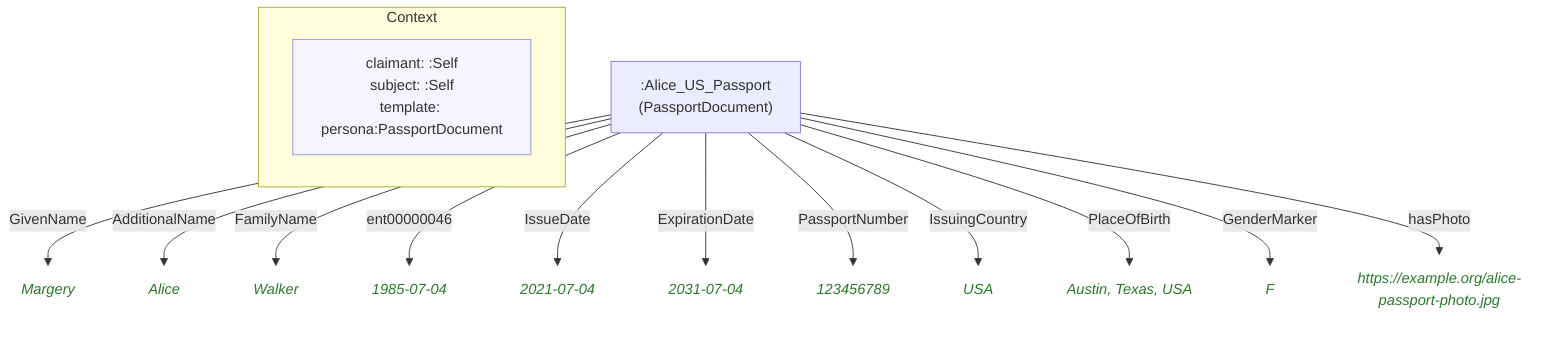
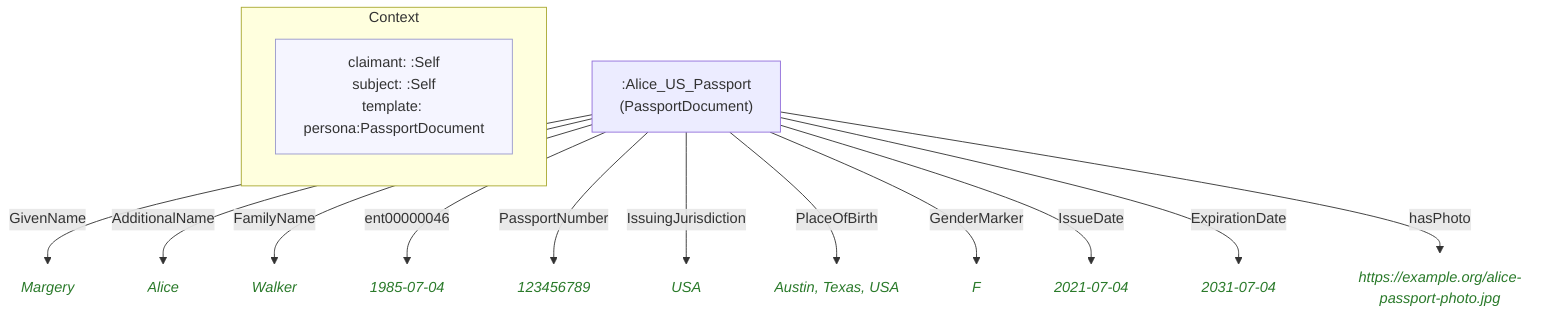
flowchart TD
    classDef person fill:#fffacd,stroke:#aaa,color:#333
    classDef grp    fill:#d4edda,stroke:#aaa,color:#333
    classDef org    fill:#cce5ff,stroke:#aaa,color:#333
    classDef lit    fill:none,stroke:none,font-style:italic,color:#2a7a2a
    classDef meta   fill:#f5f5ff,stroke:#9999cc,color:#333

    subgraph ctx["Context"]
        direction LR
        ctx_meta["claimant: :Self\nsubject: :Self\ntemplate: persona:PassportDocument"]:::meta
    end

    n1e9b86ff4c78[":Alice_US_Passport\n(PassportDocument)"]
-     n30aae823ef34("Margery"):::lit
-     nbf64eab3fd4b("Alice"):::lit
-     n36a85e284742("Walker"):::lit
-     n8fc62d2cdee7("1985-07-04"):::lit
-     n244d4481f973("2021-07-04"):::lit
-     na7702ce4d8fa("2031-07-04"):::lit
-     nb63042fe5205("123456789"):::lit
-     n452224b979b1("USA"):::lit
-     n93bda03f568a("Austin, Texas, USA"):::lit
-     n5118b3106f09("F"):::lit
+     ndeddd4d53475("Margery"):::lit
+     n08975caabf52("Alice"):::lit
+     n3ec05ef671e8("Walker"):::lit
+     n06a48f04ffa6("1985-07-04"):::lit
+     n0cf753653454("123456789"):::lit
+     n47a88ed3e1dc("USA"):::lit
+     n7fa866f36ec4("Austin, Texas, USA"):::lit
+     n19f9cb36427c("F"):::lit
+     n757870e9c43f("2021-07-04"):::lit
+     n5890527a0a45("2031-07-04"):::lit
    n0b3af7b5a715("https://example.org/alice-passport-photo.jpg"):::lit

-     n1e9b86ff4c78 -->|"GivenName"| n30aae823ef34
-     n1e9b86ff4c78 -->|"AdditionalName"| nbf64eab3fd4b
-     n1e9b86ff4c78 -->|"FamilyName"| n36a85e284742
-     n1e9b86ff4c78 -->|"ent00000046"| n8fc62d2cdee7
-     n1e9b86ff4c78 -->|"IssueDate"| n244d4481f973
-     n1e9b86ff4c78 -->|"ExpirationDate"| na7702ce4d8fa
-     n1e9b86ff4c78 -->|"PassportNumber"| nb63042fe5205
-     n1e9b86ff4c78 -->|"IssuingCountry"| n452224b979b1
-     n1e9b86ff4c78 -->|"PlaceOfBirth"| n93bda03f568a
-     n1e9b86ff4c78 -->|"GenderMarker"| n5118b3106f09
+     n1e9b86ff4c78 -->|"GivenName"| ndeddd4d53475
+     n1e9b86ff4c78 -->|"AdditionalName"| n08975caabf52
+     n1e9b86ff4c78 -->|"FamilyName"| n3ec05ef671e8
+     n1e9b86ff4c78 -->|"ent00000046"| n06a48f04ffa6
+     n1e9b86ff4c78 -->|"PassportNumber"| n0cf753653454
+     n1e9b86ff4c78 -->|"IssuingJurisdiction"| n47a88ed3e1dc
+     n1e9b86ff4c78 -->|"PlaceOfBirth"| n7fa866f36ec4
+     n1e9b86ff4c78 -->|"GenderMarker"| n19f9cb36427c
+     n1e9b86ff4c78 -->|"IssueDate"| n757870e9c43f
+     n1e9b86ff4c78 -->|"ExpirationDate"| n5890527a0a45
    n1e9b86ff4c78 -->|"hasPhoto"| n0b3af7b5a715
